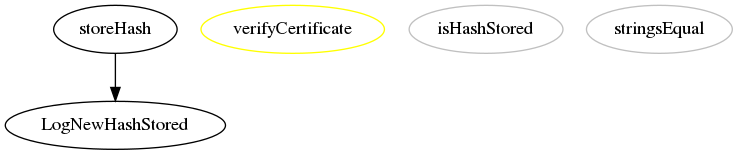
Dynamic-Flakes/E-Cert-Dapp keeps this Graphviz diagram as doc/CertificateRegistry.png. Above is the earlier version. Its source is kept beside it as doc/CertificateRegistry.dot. Source of this version:
```dot
strict digraph {
  storeHash
  LogNewHashStored
  verifyCertificate [color=yellow]
  isHashStored [color=gray]
  stringsEqual [color=gray]
  storeHash -> LogNewHashStored
}
```
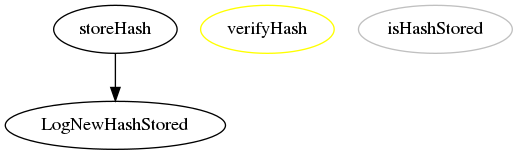
The same diagram one commit later.

The edit, as a diff of the source:
```diff
@@ -1,8 +1,7 @@
 strict digraph {
   storeHash
   LogNewHashStored
-  verifyCertificate [color=yellow]
+  verifyHash [color=yellow]
   isHashStored [color=gray]
-  stringsEqual [color=gray]
   storeHash -> LogNewHashStored
 }
```
